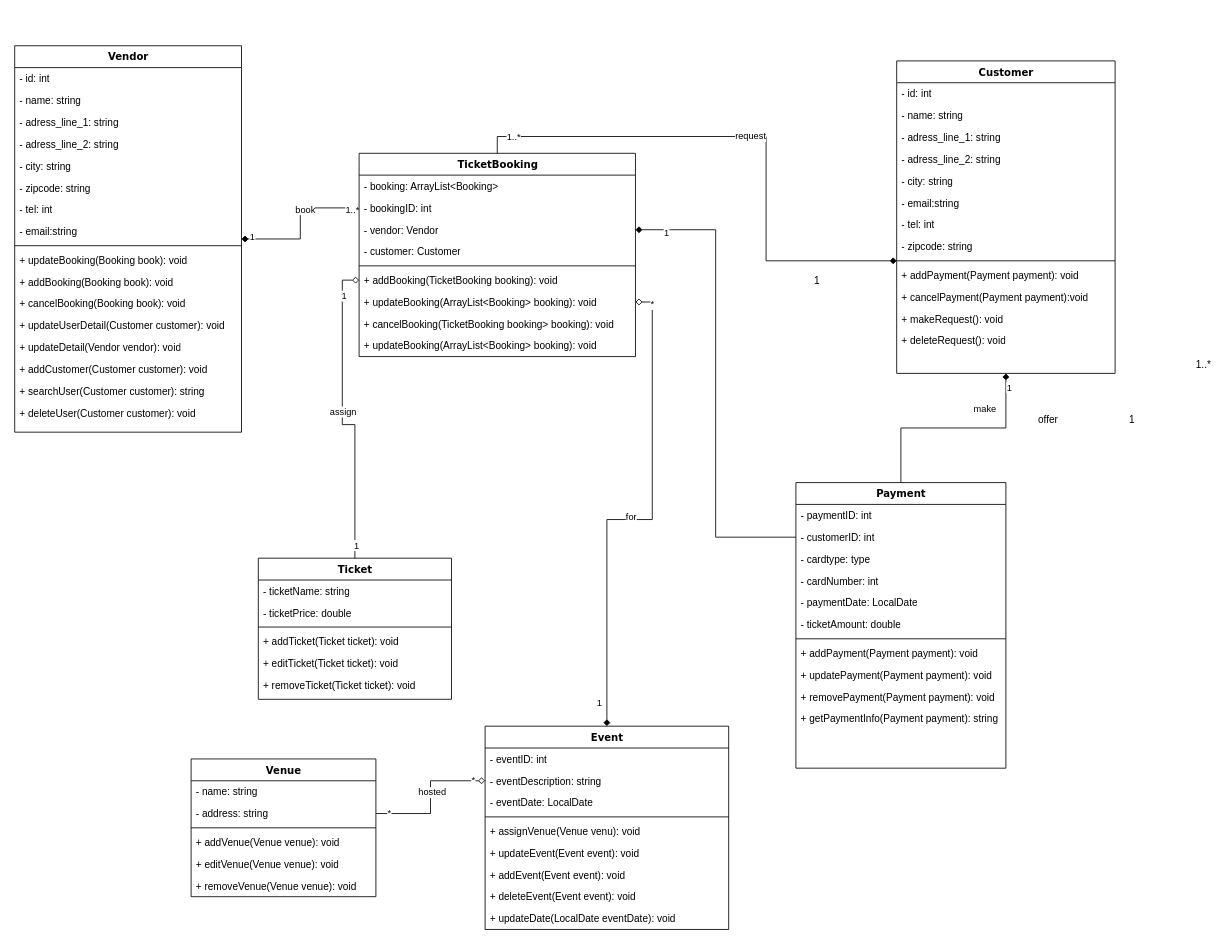
This is classdiagram/java/Untitled Diagram.drawio from Esh07/Events-Ticket-Booking-App, a draw.io file, before an edit. Source tidied: cells renumbered, new cells numbered last; positions are measured from the earlier drawing's top-left corner, leaving out a move shared by most shapes. Both pictures are drawn from the tidied source at 84%, with x=0, y=0 at pixel (14, 45).
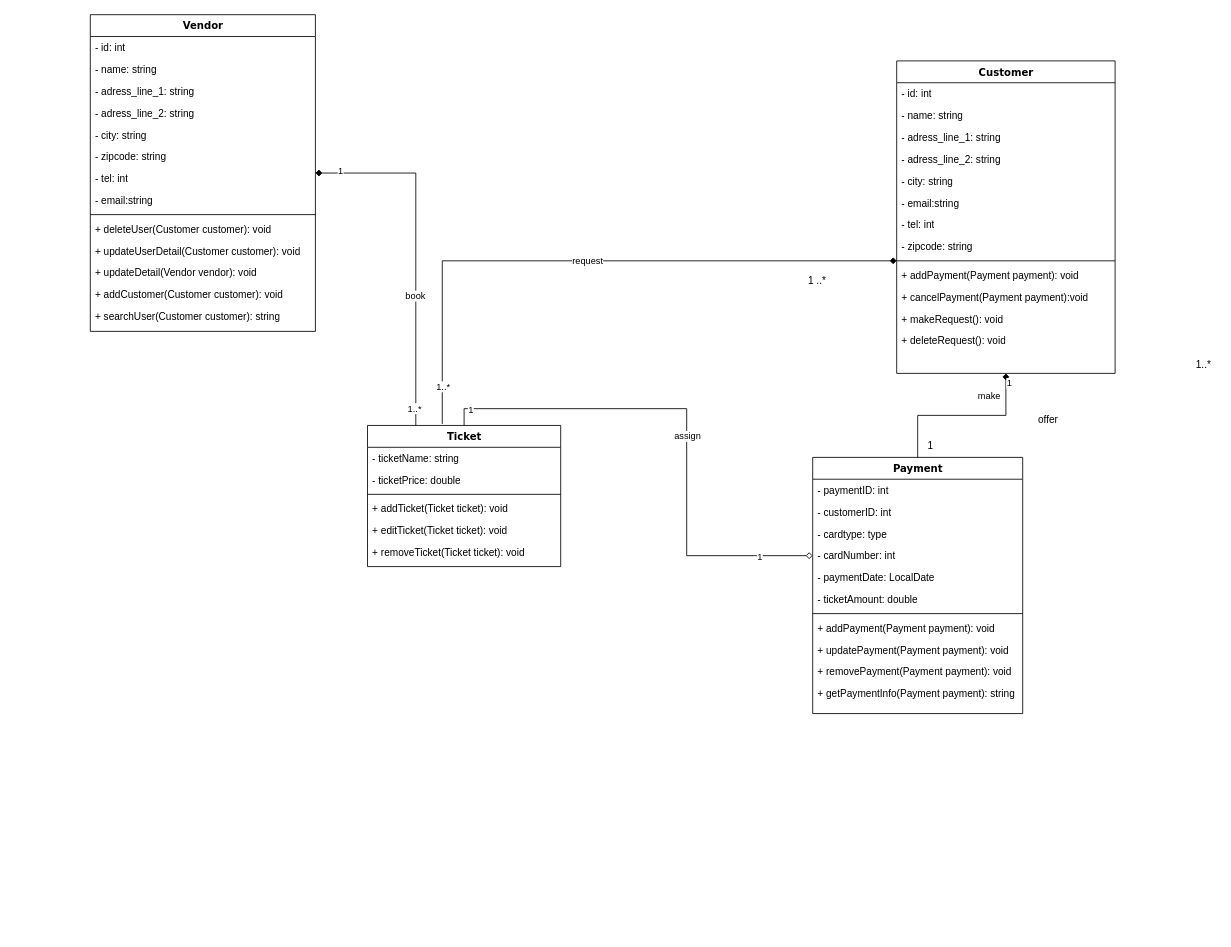
After the change.

Unchanged cells that the change refers to:
```xml
<mxCell id="43" style="line;html=1;strokeWidth=1;fillColor=none;align=left;verticalAlign=middle;spacingTop=-1;spacingLeft=3;spacingRight=3;labelPosition=right;points=[];portConstraint=eastwest;" parent="34" vertex="1">
  <mxGeometry y="234" width="260" height="8" as="geometry" />
</mxCell>
<mxCell id="64" value="- customerID: int" style="text;html=1;strokeColor=none;fillColor=none;align=left;verticalAlign=top;spacingLeft=4;spacingRight=4;whiteSpace=wrap;overflow=hidden;points=[[0,0.5],[1,0.5]];portConstraint=eastwest;" parent="62" vertex="1">
  <mxGeometry y="52" width="250" height="26" as="geometry" />
</mxCell>
<mxCell id="66" value="- cardNumber: int" style="text;html=1;strokeColor=none;fillColor=none;align=left;verticalAlign=top;spacingLeft=4;spacingRight=4;whiteSpace=wrap;overflow=hidden;points=[[0,0.5],[1,0.5]];portConstraint=eastwest;" parent="62" vertex="1">
  <mxGeometry y="104" width="250" height="26" as="geometry" />
</mxCell>
```

Change to the diagram source:
```diff
@@
     <mxCell id="2" value="Ticket" style="swimlane;html=1;fontStyle=1;align=center;verticalAlign=top;horizontal=1;startSize=26;swimlaneFillColor=#ffffff;rounded=0;shadow=0;comic=0;labelBackgroundColor=none;strokeWidth=1;fillColor=none;fontFamily=Verdana;fontSize=12;" parent="1" vertex="1">
-      <mxGeometry x="290" y="610" width="230" height="168" as="geometry" />
+      <mxGeometry x="420" y="452" width="230" height="168" as="geometry" />
     </mxCell>
@@
-    <mxCell id="9" style="edgeStyle=orthogonalEdgeStyle;rounded=0;jettySize=auto;html=1;entryX=0;entryY=0.5;entryDx=0;entryDy=0;endArrow=none;endFill=0;startArrow=diamond;startFill=1;" parent="1" edge="1" source="13" target="54">
+    <mxCell id="9" style="edgeStyle=orthogonalEdgeStyle;rounded=0;jettySize=auto;html=1;endArrow=none;endFill=0;startArrow=diamond;startFill=1;entryX=0.25;entryY=0;entryDx=0;entryDy=0;" parent="1" edge="1" source="13" target="2">
       <mxGeometry relative="1" as="geometry" />
     </mxCell>
@@
     <mxCell id="13" value="Vendor" style="swimlane;html=1;fontStyle=1;align=center;verticalAlign=top;horizontal=1;startSize=26;swimlaneFillColor=#ffffff;rounded=0;shadow=0;comic=0;labelBackgroundColor=none;strokeWidth=1;fillColor=none;fontFamily=Verdana;fontSize=12;" parent="1" vertex="1">
-      <mxGeometry width="270" height="460" as="geometry" />
+      <mxGeometry x="90" y="-37" width="268" height="377" as="geometry" />
     </mxCell>
     <mxCell id="14" value="- id: int" style="text;html=1;strokeColor=none;fillColor=none;align=left;verticalAlign=top;spacingLeft=4;spacingRight=4;whiteSpace=wrap;overflow=hidden;" parent="13" vertex="1">
-      <mxGeometry y="26" width="270" height="26" as="geometry" />
+      <mxGeometry y="26" width="268" height="26" as="geometry" />
     </mxCell>
     <mxCell id="15" value="- name: string" style="text;html=1;strokeColor=none;fillColor=none;align=left;verticalAlign=top;spacingLeft=4;spacingRight=4;whiteSpace=wrap;overflow=hidden;" parent="13" vertex="1">
-      <mxGeometry y="52" width="270" height="26" as="geometry" />
+      <mxGeometry y="52" width="268" height="26" as="geometry" />
     </mxCell>
     <mxCell id="16" value="- adress_line_1: string" style="text;html=1;strokeColor=none;fillColor=none;align=left;verticalAlign=top;spacingLeft=4;spacingRight=4;whiteSpace=wrap;overflow=hidden;" parent="13" vertex="1">
-      <mxGeometry y="78" width="270" height="26" as="geometry" />
+      <mxGeometry y="78" width="268" height="26" as="geometry" />
     </mxCell>
     <mxCell id="17" value="- adress_line_2: string" style="text;html=1;strokeColor=none;fillColor=none;align=left;verticalAlign=top;spacingLeft=4;spacingRight=4;whiteSpace=wrap;overflow=hidden;" parent="13" vertex="1">
-      <mxGeometry y="104" width="270" height="26" as="geometry" />
+      <mxGeometry y="104" width="268" height="26" as="geometry" />
     </mxCell>
     <mxCell id="18" value="- city: string" style="text;html=1;strokeColor=none;fillColor=none;align=left;verticalAlign=top;spacingLeft=4;spacingRight=4;whiteSpace=wrap;overflow=hidden;" parent="13" vertex="1">
-      <mxGeometry y="130" width="270" height="26" as="geometry" />
+      <mxGeometry y="130" width="268" height="26" as="geometry" />
     </mxCell>
     <mxCell id="19" value="- zipcode: string" style="text;html=1;strokeColor=none;fillColor=none;align=left;verticalAlign=top;spacingLeft=4;spacingRight=4;whiteSpace=wrap;overflow=hidden;" parent="13" vertex="1">
-      <mxGeometry y="156" width="270" height="26" as="geometry" />
+      <mxGeometry y="156" width="268" height="26" as="geometry" />
     </mxCell>
     <mxCell id="20" value="- tel: int" style="text;html=1;strokeColor=none;fillColor=none;align=left;verticalAlign=top;spacingLeft=4;spacingRight=4;whiteSpace=wrap;overflow=hidden;" parent="13" vertex="1">
-      <mxGeometry y="182" width="270" height="26" as="geometry" />
+      <mxGeometry y="182" width="268" height="26" as="geometry" />
     </mxCell>
     <mxCell id="21" value="- email:string" style="text;html=1;strokeColor=none;fillColor=none;align=left;verticalAlign=top;spacingLeft=4;spacingRight=4;whiteSpace=wrap;overflow=hidden;" parent="13" vertex="1">
-      <mxGeometry y="208" width="270" height="26" as="geometry" />
+      <mxGeometry y="208" width="268" height="26" as="geometry" />
     </mxCell>
     <mxCell id="22" style="line;html=1;strokeWidth=1;fillColor=none;align=left;verticalAlign=middle;spacingTop=-1;spacingLeft=3;spacingRight=3;labelPosition=right;" parent="13" vertex="1">
-      <mxGeometry y="234" width="270" height="8" as="geometry" />
+      <mxGeometry y="234" width="268" height="8" as="geometry" />
     </mxCell>
-    <mxCell id="23" value="+ updateBooking(Booking book): void" style="text;html=1;strokeColor=none;fillColor=none;align=left;verticalAlign=top;spacingLeft=4;spacingRight=4;whiteSpace=wrap;overflow=hidden;" parent="13" vertex="1">
-      <mxGeometry y="242" width="270" height="26" as="geometry" />
-    </mxCell>
-    <mxCell id="24" value="+ addBooking(Booking book): void" style="text;html=1;strokeColor=none;fillColor=none;align=left;verticalAlign=top;spacingLeft=4;spacingRight=4;whiteSpace=wrap;overflow=hidden;" parent="13" vertex="1">
-      <mxGeometry y="268" width="270" height="26" as="geometry" />
-    </mxCell>
-    <mxCell id="25" value="+ cancelBooking(Booking book): void" style="text;html=1;strokeColor=none;fillColor=none;align=left;verticalAlign=top;spacingLeft=4;spacingRight=4;whiteSpace=wrap;overflow=hidden;" parent="13" vertex="1">
-      <mxGeometry y="294" width="270" height="26" as="geometry" />
-    </mxCell>
+    <mxCell id="30" value="+ deleteUser(Customer customer): void" style="text;html=1;strokeColor=none;fillColor=none;align=left;verticalAlign=top;spacingLeft=4;spacingRight=4;whiteSpace=wrap;overflow=hidden;" parent="13" vertex="1">
+      <mxGeometry y="242" width="268" height="26" as="geometry" />
+    </mxCell>
     <mxCell id="26" value="+ updateUserDetail(Customer customer): void" style="text;html=1;strokeColor=none;fillColor=none;align=left;verticalAlign=top;spacingLeft=4;spacingRight=4;whiteSpace=wrap;overflow=hidden;" parent="13" vertex="1">
-      <mxGeometry y="320" width="270" height="26" as="geometry" />
+      <mxGeometry y="268" width="268" height="26" as="geometry" />
     </mxCell>
     <mxCell id="27" value="+ updateDetail(Vendor vendor): void" style="text;html=1;strokeColor=none;fillColor=none;align=left;verticalAlign=top;spacingLeft=4;spacingRight=4;whiteSpace=wrap;overflow=hidden;" parent="13" vertex="1">
-      <mxGeometry y="346" width="270" height="26" as="geometry" />
+      <mxGeometry y="294" width="268" height="26" as="geometry" />
     </mxCell>
     <mxCell id="28" value="+ addCustomer(Customer customer): void" style="text;html=1;strokeColor=none;fillColor=none;align=left;verticalAlign=top;spacingLeft=4;spacingRight=4;whiteSpace=wrap;overflow=hidden;" parent="13" vertex="1">
-      <mxGeometry y="372" width="270" height="26" as="geometry" />
+      <mxGeometry y="320" width="268" height="26" as="geometry" />
     </mxCell>
     <mxCell id="29" value="+ searchUser(Customer customer): string" style="text;html=1;strokeColor=none;fillColor=none;align=left;verticalAlign=top;spacingLeft=4;spacingRight=4;whiteSpace=wrap;overflow=hidden;" parent="13" vertex="1">
-      <mxGeometry y="398" width="270" height="26" as="geometry" />
+      <mxGeometry y="346" width="268" height="26" as="geometry" />
     </mxCell>
-    <mxCell id="30" value="+ deleteUser(Customer customer): void" style="text;html=1;strokeColor=none;fillColor=none;align=left;verticalAlign=top;spacingLeft=4;spacingRight=4;whiteSpace=wrap;overflow=hidden;" parent="13" vertex="1">
-      <mxGeometry y="424" width="270" height="26" as="geometry" />
-    </mxCell>
@@
-    <mxCell id="48" style="edgeStyle=orthogonalEdgeStyle;rounded=0;jettySize=auto;html=1;exitX=0;exitY=0.5;exitDx=0;exitDy=0;entryX=0.5;entryY=0;entryDx=0;entryDy=0;endArrow=none;endFill=0;startArrow=diamond;startFill=0;" parent="1" edge="1" source="58" target="2">
+    <mxCell id="48" style="edgeStyle=orthogonalEdgeStyle;rounded=0;jettySize=auto;html=1;entryX=0.5;entryY=0;entryDx=0;entryDy=0;endArrow=none;endFill=0;startArrow=diamond;startFill=0;exitX=0;exitY=0.5;exitDx=0;exitDy=0;" parent="1" edge="1" source="66" target="2">
       <mxGeometry relative="1" as="geometry" />
     </mxCell>
@@
-    <mxCell id="52" value="TicketBooking" style="swimlane;html=1;fontStyle=1;align=center;verticalAlign=top;horizontal=1;startSize=26;swimlaneFillColor=#ffffff;rounded=0;shadow=0;comic=0;labelBackgroundColor=none;strokeWidth=1;fillColor=none;fontFamily=Verdana;fontSize=12;" parent="1" vertex="1">
-      <mxGeometry x="410" y="128" width="329" height="242" as="geometry" />
-    </mxCell>
-    <mxCell id="53" value="- booking: ArrayList&amp;lt;Booking&amp;gt;" style="text;html=1;strokeColor=none;fillColor=none;align=left;verticalAlign=top;spacingLeft=4;spacingRight=4;whiteSpace=wrap;overflow=hidden;" parent="52" vertex="1">
-      <mxGeometry y="26" width="329" height="26" as="geometry" />
-    </mxCell>
-    <mxCell id="54" value="- bookingID: int" style="text;html=1;strokeColor=none;fillColor=none;align=left;verticalAlign=top;spacingLeft=4;spacingRight=4;whiteSpace=wrap;overflow=hidden;points=[[0,0.5],[1,0.5]];portConstraint=eastwest;" parent="52" vertex="1">
-      <mxGeometry y="52" width="329" height="26" as="geometry" />
-    </mxCell>
-    <mxCell id="55" value="- vendor: Vendor" style="text;html=1;strokeColor=none;fillColor=none;align=left;verticalAlign=top;spacingLeft=4;spacingRight=4;whiteSpace=wrap;overflow=hidden;points=[[0,0.5],[1,0.5]];portConstraint=eastwest;" parent="52" vertex="1">
-      <mxGeometry y="78" width="329" height="26" as="geometry" />
-    </mxCell>
-    <mxCell id="56" value="- customer: Customer" style="text;html=1;strokeColor=none;fillColor=none;align=left;verticalAlign=top;spacingLeft=4;spacingRight=4;whiteSpace=wrap;overflow=hidden;" parent="52" vertex="1">
-      <mxGeometry y="104" width="329" height="26" as="geometry" />
-    </mxCell>
-    <mxCell id="57" style="line;html=1;strokeWidth=1;fillColor=none;align=left;verticalAlign=middle;spacingTop=-1;spacingLeft=3;spacingRight=3;labelPosition=right;" parent="52" vertex="1">
-      <mxGeometry y="130" width="329" height="8" as="geometry" />
-    </mxCell>
-    <mxCell id="58" value="+ addBooking(TicketBooking booking): void" style="text;html=1;strokeColor=none;fillColor=none;align=left;verticalAlign=top;spacingLeft=4;spacingRight=4;whiteSpace=wrap;overflow=hidden;points=[[0,0.5],[1,0.5]];portConstraint=eastwest;" parent="52" vertex="1">
-      <mxGeometry y="138" width="329" height="26" as="geometry" />
-    </mxCell>
-    <mxCell id="59" value="+ updateBooking(ArrayList&amp;lt;Booking&amp;gt; booking): void" style="text;html=1;strokeColor=none;fillColor=none;align=left;verticalAlign=top;spacingLeft=4;spacingRight=4;whiteSpace=wrap;overflow=hidden;points=[[0,0.5],[1,0.5]];portConstraint=eastwest;" parent="52" vertex="1">
-      <mxGeometry y="164" width="329" height="26" as="geometry" />
-    </mxCell>
-    <mxCell id="60" value="+ cancelBooking(TicketBooking booking&amp;gt; booking): void" style="text;html=1;strokeColor=none;fillColor=none;align=left;verticalAlign=top;spacingLeft=4;spacingRight=4;whiteSpace=wrap;overflow=hidden;" parent="52" vertex="1">
-      <mxGeometry y="190" width="329" height="26" as="geometry" />
-    </mxCell>
-    <mxCell id="61" value="+ updateBooking(ArrayList&amp;lt;Booking&amp;gt; booking): void" style="text;html=1;strokeColor=none;fillColor=none;align=left;verticalAlign=top;spacingLeft=4;spacingRight=4;whiteSpace=wrap;overflow=hidden;" parent="52" vertex="1">
-      <mxGeometry y="216" width="329" height="26" as="geometry" />
-    </mxCell>
     <mxCell id="62" value="Payment" style="swimlane;html=1;fontStyle=1;align=center;verticalAlign=top;horizontal=1;startSize=26;swimlaneFillColor=#ffffff;rounded=0;shadow=0;comic=0;labelBackgroundColor=none;strokeWidth=1;fillColor=none;fontFamily=Verdana;fontSize=12;" parent="1" vertex="1">
-      <mxGeometry x="930" y="520" width="250" height="340" as="geometry" />
+      <mxGeometry x="950" y="490" width="250" height="305" as="geometry" />
     </mxCell>
@@
-    <mxCell id="74" value="request" style="edgeStyle=orthogonalEdgeStyle;rounded=0;jettySize=auto;html=1;entryX=0.5;entryY=0;entryDx=0;entryDy=0;endArrow=none;endFill=0;startArrow=diamond;startFill=1;" parent="1" edge="1" source="43" target="52">
+    <mxCell id="74" value="request" style="edgeStyle=orthogonalEdgeStyle;rounded=0;jettySize=auto;html=1;endArrow=none;endFill=0;startArrow=diamond;startFill=1;entryX=0.387;entryY=-0.011;entryDx=0;entryDy=0;entryPerimeter=0;" parent="1" edge="1" source="43" target="2">
       <mxGeometry relative="1" as="geometry" />
     </mxCell>
@@
-    <mxCell id="76" value="1" style="text;html=1;align=center;verticalAlign=middle;strokeColor=none;fillColor=none;" parent="1" vertex="1">
-      <mxGeometry x="945" y="270" width="20" height="20" as="geometry" />
+    <mxCell id="76" value="1 ..*" style="text;html=1;align=center;verticalAlign=middle;strokeColor=none;fillColor=none;" parent="1" vertex="1">
+      <mxGeometry x="935" y="270" width="40" height="20" as="geometry" />
     </mxCell>
@@
-    <mxCell id="78" value="Event" style="swimlane;html=1;fontStyle=1;align=center;verticalAlign=top;horizontal=1;startSize=26;swimlaneFillColor=#ffffff;rounded=0;shadow=0;comic=0;labelBackgroundColor=none;strokeWidth=1;fillColor=none;fontFamily=Verdana;fontSize=12;" parent="1" vertex="1">
-      <mxGeometry x="560" y="810" width="290" height="242" as="geometry" />
-    </mxCell>
-    <mxCell id="79" value="- eventID: int" style="text;html=1;strokeColor=none;fillColor=none;align=left;verticalAlign=top;spacingLeft=4;spacingRight=4;whiteSpace=wrap;overflow=hidden;" parent="78" vertex="1">
-      <mxGeometry y="26" width="290" height="26" as="geometry" />
-    </mxCell>
-    <mxCell id="80" value="- eventDescription: string" style="text;html=1;strokeColor=none;fillColor=none;align=left;verticalAlign=top;spacingLeft=4;spacingRight=4;whiteSpace=wrap;overflow=hidden;points=[[0,0.5],[1,0.5]];portConstraint=eastwest;" parent="78" vertex="1">
-      <mxGeometry y="52" width="290" height="26" as="geometry" />
-    </mxCell>
-    <mxCell id="81" value="- eventDate: LocalDate" style="text;html=1;strokeColor=none;fillColor=none;align=left;verticalAlign=top;spacingLeft=4;spacingRight=4;whiteSpace=wrap;overflow=hidden;" parent="78" vertex="1">
-      <mxGeometry y="78" width="290" height="26" as="geometry" />
-    </mxCell>
-    <mxCell id="82" style="line;html=1;strokeWidth=1;fillColor=none;align=left;verticalAlign=middle;spacingTop=-1;spacingLeft=3;spacingRight=3;labelPosition=right;" parent="78" vertex="1">
-      <mxGeometry y="104" width="290" height="8" as="geometry" />
-    </mxCell>
-    <mxCell id="83" value="+ assignVenue(Venue venu): void" style="text;html=1;strokeColor=none;fillColor=none;align=left;verticalAlign=top;spacingLeft=4;spacingRight=4;whiteSpace=wrap;overflow=hidden;" parent="78" vertex="1">
-      <mxGeometry y="112" width="290" height="26" as="geometry" />
-    </mxCell>
-    <mxCell id="84" value="+ updateEvent(Event event): void" style="text;html=1;strokeColor=none;fillColor=none;align=left;verticalAlign=top;spacingLeft=4;spacingRight=4;whiteSpace=wrap;overflow=hidden;" parent="78" vertex="1">
-      <mxGeometry y="138" width="290" height="26" as="geometry" />
-    </mxCell>
-    <mxCell id="85" value="+ addEvent(Event event): void" style="text;html=1;strokeColor=none;fillColor=none;align=left;verticalAlign=top;spacingLeft=4;spacingRight=4;whiteSpace=wrap;overflow=hidden;" parent="78" vertex="1">
-      <mxGeometry y="164" width="290" height="26" as="geometry" />
-    </mxCell>
-    <mxCell id="86" value="+ deleteEvent(Event event): void" style="text;html=1;strokeColor=none;fillColor=none;align=left;verticalAlign=top;spacingLeft=4;spacingRight=4;whiteSpace=wrap;overflow=hidden;" parent="78" vertex="1">
-      <mxGeometry y="190" width="290" height="26" as="geometry" />
-    </mxCell>
-    <mxCell id="87" value="+ updateDate(LocalDate eventDate): void" style="text;html=1;strokeColor=none;fillColor=none;align=left;verticalAlign=top;spacingLeft=4;spacingRight=4;whiteSpace=wrap;overflow=hidden;" parent="78" vertex="1">
-      <mxGeometry y="216" width="290" height="26" as="geometry" />
-    </mxCell>
-    <mxCell id="88" style="edgeStyle=orthogonalEdgeStyle;rounded=0;jettySize=auto;html=1;exitX=1;exitY=0.5;exitDx=0;exitDy=0;entryX=0.5;entryY=0;entryDx=0;entryDy=0;startArrow=diamond;startFill=0;endArrow=diamond;endFill=1;" parent="1" edge="1" source="59" target="78">
-      <mxGeometry relative="1" as="geometry" />
-    </mxCell>
-    <mxCell id="89" value="*" style="edgeLabel;html=1;align=center;verticalAlign=middle;" parent="88" vertex="1">
-      <mxGeometry x="-0.87" y="-1" relative="1" as="geometry">
-        <mxPoint y="-16" as="offset" />
-      </mxGeometry>
-    </mxCell>
-    <mxCell id="90" value="1" style="edgeLabel;html=1;align=center;verticalAlign=middle;" parent="88" vertex="1">
-      <mxGeometry x="0.9" relative="1" as="geometry">
-        <mxPoint x="-10" as="offset" />
-      </mxGeometry>
-    </mxCell>
-    <mxCell id="91" value="for" style="edgeLabel;html=1;align=center;verticalAlign=middle;" parent="88" vertex="1">
-      <mxGeometry x="-0.11" y="2" relative="1" as="geometry">
-        <mxPoint x="-28" y="17" as="offset" />
-      </mxGeometry>
-    </mxCell>
-    <mxCell id="92" value="Venue" style="swimlane;html=1;fontStyle=1;align=center;verticalAlign=top;horizontal=1;startSize=26;swimlaneFillColor=#ffffff;rounded=0;shadow=0;comic=0;labelBackgroundColor=none;strokeWidth=1;fillColor=none;fontFamily=Verdana;fontSize=12;" parent="1" vertex="1">
-      <mxGeometry x="210" y="849" width="220" height="164" as="geometry" />
-    </mxCell>
-    <mxCell id="93" value="- name: string" style="text;html=1;strokeColor=none;fillColor=none;align=left;verticalAlign=top;spacingLeft=4;spacingRight=4;whiteSpace=wrap;overflow=hidden;" parent="92" vertex="1">
-      <mxGeometry y="26" width="220" height="26" as="geometry" />
-    </mxCell>
-    <mxCell id="94" value="- address: string" style="text;html=1;strokeColor=none;fillColor=none;align=left;verticalAlign=top;spacingLeft=4;spacingRight=4;whiteSpace=wrap;overflow=hidden;points=[[0,0.5],[1,0.5]];portConstraint=eastwest;" parent="92" vertex="1">
-      <mxGeometry y="52" width="220" height="26" as="geometry" />
-    </mxCell>
-    <mxCell id="95" style="line;html=1;strokeWidth=1;fillColor=none;align=left;verticalAlign=middle;spacingTop=-1;spacingLeft=3;spacingRight=3;labelPosition=right;" parent="92" vertex="1">
-      <mxGeometry y="78" width="220" height="8" as="geometry" />
-    </mxCell>
-    <mxCell id="96" value="+ addVenue(Venue venue): void" style="text;html=1;strokeColor=none;fillColor=none;align=left;verticalAlign=top;spacingLeft=4;spacingRight=4;whiteSpace=wrap;overflow=hidden;" parent="92" vertex="1">
-      <mxGeometry y="86" width="220" height="26" as="geometry" />
-    </mxCell>
-    <mxCell id="97" value="+ editVenue(Venue venue): void" style="text;html=1;strokeColor=none;fillColor=none;align=left;verticalAlign=top;spacingLeft=4;spacingRight=4;whiteSpace=wrap;overflow=hidden;" parent="92" vertex="1">
-      <mxGeometry y="112" width="220" height="26" as="geometry" />
-    </mxCell>
-    <mxCell id="98" value="+ removeVenue(Venue venue): void" style="text;html=1;strokeColor=none;fillColor=none;align=left;verticalAlign=top;spacingLeft=4;spacingRight=4;whiteSpace=wrap;overflow=hidden;" parent="92" vertex="1">
-      <mxGeometry y="138" width="220" height="26" as="geometry" />
-    </mxCell>
-    <mxCell id="99" style="edgeStyle=orthogonalEdgeStyle;rounded=0;jettySize=auto;html=1;entryX=1;entryY=0.5;entryDx=0;entryDy=0;startArrow=diamond;startFill=0;endArrow=none;endFill=0;" parent="1" edge="1" source="80" target="94">
-      <mxGeometry relative="1" as="geometry" />
-    </mxCell>
-    <mxCell id="100" value="hosted" style="edgeLabel;html=1;align=center;verticalAlign=middle;" parent="99" vertex="1">
-      <mxGeometry x="-0.08" y="1" relative="1" as="geometry" />
-    </mxCell>
-    <mxCell id="101" value="*" style="edgeLabel;html=1;align=center;verticalAlign=middle;" parent="99" vertex="1">
-      <mxGeometry x="-0.82" y="-2" relative="1" as="geometry" />
-    </mxCell>
-    <mxCell id="102" value="*" style="edgeLabel;html=1;align=center;verticalAlign=middle;" parent="99" vertex="1">
-      <mxGeometry x="0.82" y="-1" relative="1" as="geometry" />
-    </mxCell>
-    <mxCell id="103" style="edgeStyle=orthogonalEdgeStyle;rounded=0;jettySize=auto;html=1;entryX=0;entryY=0.5;entryDx=0;entryDy=0;endArrow=none;endFill=0;startArrow=diamond;startFill=1;" parent="1" edge="1" source="55" target="64">
-      <mxGeometry relative="1" as="geometry" />
-    </mxCell>
-    <mxCell id="104" value="1" style="edgeLabel;html=1;align=center;verticalAlign=middle;" parent="103" vertex="1">
-      <mxGeometry x="-0.87" y="-3" relative="1" as="geometry" />
-    </mxCell>
     <mxCell id="105" value="1" style="text;html=1;align=center;verticalAlign=middle;strokeColor=none;fillColor=none;" parent="1" vertex="1">
-      <mxGeometry x="1320" y="435" width="20" height="20" as="geometry" />
+      <mxGeometry x="1080" y="467" width="20" height="20" as="geometry" />
     </mxCell>
```
